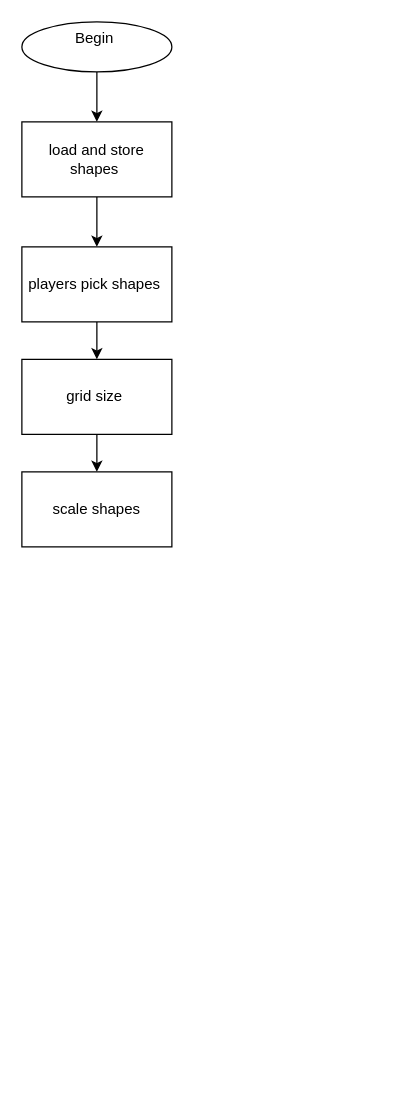
Earlier version of the draw.io diagram page "system-level draft" (1 of 2) of Milestone1.drawio (egykb8/Robot). Source tidied: cells renumbered, new cells numbered last; positions are measured from the earlier drawing's top-left corner, leaving out a move shared by most shapes. Both pictures are drawn from the tidied source at 125%, with x=0, y=0 at pixel (21, 21).
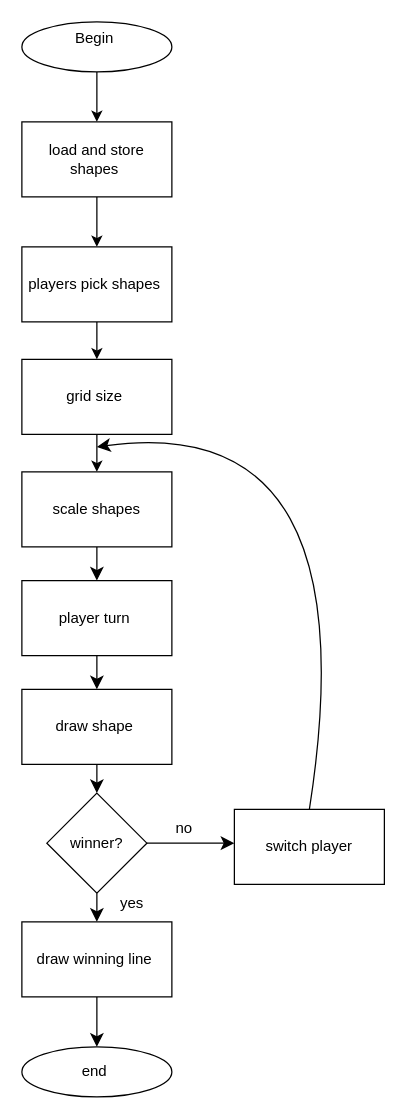
The same diagram, later.

The change refers to these unchanged cells:
```xml
<mxCell id="10" value="scale shapes" style="rounded=0;whiteSpace=wrap;html=1;" parent="1" vertex="1">
  <mxGeometry y="360" width="120" height="60" as="geometry" />
</mxCell>
```

What changed in the source:
```diff
@@
+    <mxCell id="11" style="edgeStyle=none;curved=1;rounded=0;curveGeometry=1;jettySize=auto;html=1;fontSize=12;defaultLabelBackgroundColor=page;labelPadding=0 4;startSize=8;endSize=8;" parent="1" edge="1" source="10" target="13">
+      <mxGeometry relative="1" as="geometry" />
+    </mxCell>
@@
+    <mxCell id="12" style="edgeStyle=none;curved=1;rounded=0;curveGeometry=1;jettySize=auto;html=1;fontSize=12;defaultLabelBackgroundColor=page;labelPadding=0 4;startSize=8;endSize=8;" parent="1" edge="1" source="13" target="15">
+      <mxGeometry relative="1" as="geometry" />
+    </mxCell>
+    <mxCell id="13" value="player turn&amp;nbsp;" style="rounded=0;whiteSpace=wrap;html=1;" parent="1" vertex="1">
+      <mxGeometry y="447" width="120" height="60" as="geometry" />
+    </mxCell>
+    <mxCell id="14" style="edgeStyle=none;curved=1;rounded=0;curveGeometry=1;jettySize=auto;html=1;fontSize=12;defaultLabelBackgroundColor=page;labelPadding=0 4;startSize=8;endSize=8;" parent="1" edge="1" source="15" target="18">
+      <mxGeometry relative="1" as="geometry" />
+    </mxCell>
+    <mxCell id="15" value="draw shape&amp;nbsp;" style="rounded=0;whiteSpace=wrap;html=1;" parent="1" vertex="1">
+      <mxGeometry y="534" width="120" height="60" as="geometry" />
+    </mxCell>
+    <mxCell id="16" style="edgeStyle=none;curved=1;rounded=0;curveGeometry=1;jettySize=auto;html=1;fontSize=12;defaultLabelBackgroundColor=page;labelPadding=0 4;startSize=8;endSize=8;" parent="1" edge="1" source="18" target="20">
+      <mxGeometry relative="1" as="geometry" />
+    </mxCell>
+    <mxCell id="17" style="edgeStyle=none;curved=1;rounded=0;curveGeometry=1;jettySize=auto;html=1;exitX=1;exitY=0.5;exitDx=0;exitDy=0;fontSize=12;defaultLabelBackgroundColor=page;labelPadding=0 4;startSize=8;endSize=8;" parent="1" edge="1" source="18">
+      <mxGeometry relative="1" as="geometry">
+        <mxPoint x="170" y="657" as="targetPoint" />
+      </mxGeometry>
+    </mxCell>
+    <mxCell id="18" value="winner?" style="rhombus;whiteSpace=wrap;html=1;shapeInside=1;" parent="1" vertex="1">
+      <mxGeometry x="20" y="617" width="80" height="80" as="geometry" />
+    </mxCell>
+    <mxCell id="19" style="edgeStyle=none;curved=1;rounded=0;curveGeometry=1;jettySize=auto;html=1;exitX=0.5;exitY=1;exitDx=0;exitDy=0;fontSize=12;defaultLabelBackgroundColor=page;labelPadding=0 4;startSize=8;endSize=8;" parent="1" edge="1" source="20" target="25">
+      <mxGeometry relative="1" as="geometry" />
+    </mxCell>
+    <mxCell id="20" value="draw winning line&amp;nbsp;" style="rounded=0;whiteSpace=wrap;html=1;" parent="1" vertex="1">
+      <mxGeometry y="720" width="120" height="60" as="geometry" />
+    </mxCell>
+    <mxCell id="21" value="yes&amp;nbsp;" style="text;html=1;whiteSpace=wrap;strokeColor=none;fillColor=none;align=center;verticalAlign=middle;rounded=0;" parent="1" vertex="1">
+      <mxGeometry x="60" y="690" width="60" height="30" as="geometry" />
+    </mxCell>
+    <mxCell id="22" value="no" style="text;html=1;whiteSpace=wrap;strokeColor=none;fillColor=none;align=center;verticalAlign=middle;rounded=0;" parent="1" vertex="1">
+      <mxGeometry x="100" y="630" width="60" height="30" as="geometry" />
+    </mxCell>
+    <mxCell id="23" style="edgeStyle=none;curved=1;rounded=0;curveGeometry=1;jettySize=auto;html=1;exitX=0.5;exitY=0;exitDx=0;exitDy=0;fontSize=12;defaultLabelBackgroundColor=page;labelPadding=0 4;startSize=8;endSize=8;" parent="1" edge="1" source="24">
+      <mxGeometry relative="1" as="geometry">
+        <mxPoint x="60" y="340" as="targetPoint" />
+        <Array as="points">
+          <mxPoint x="280" y="310" />
+        </Array>
+      </mxGeometry>
+    </mxCell>
+    <mxCell id="24" value="switch player" style="rounded=0;whiteSpace=wrap;html=1;" parent="1" vertex="1">
+      <mxGeometry x="170" y="630" width="120" height="60" as="geometry" />
+    </mxCell>
+    <mxCell id="25" value="&lt;div&gt;end&amp;nbsp;&lt;/div&gt;" style="ellipse;whiteSpace=wrap;html=1;shapeInside=1;" parent="1" vertex="1">
+      <mxGeometry y="820" width="120" height="40" as="geometry" />
+    </mxCell>
```
